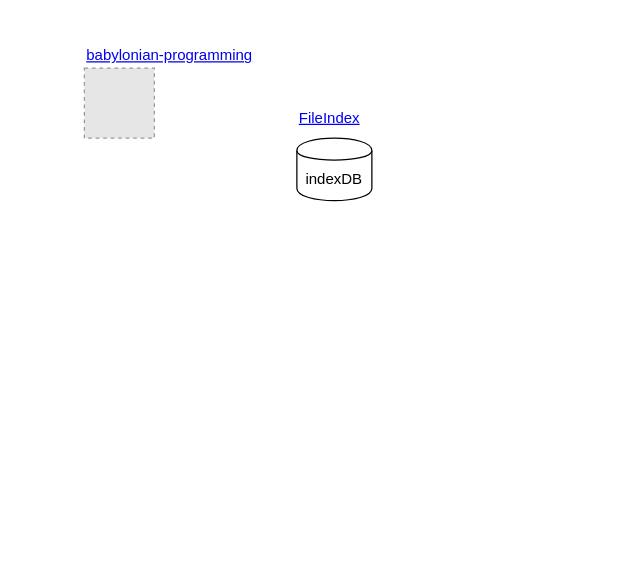
LivelyKernel/lively4-core keeps this draw.io diagram as doc/architecture/architecture.drawio. Above is the earlier version. Source tidied: cells renumbered, new cells numbered last; positions are measured from the earlier drawing's top-left corner, leaving out a move shared by most shapes. Both pictures are drawn from the tidied source at 125%, with x=0, y=0 at pixel (84, 38). Pictures stored in the file or linked from it are replaced by grey dashed boxes.
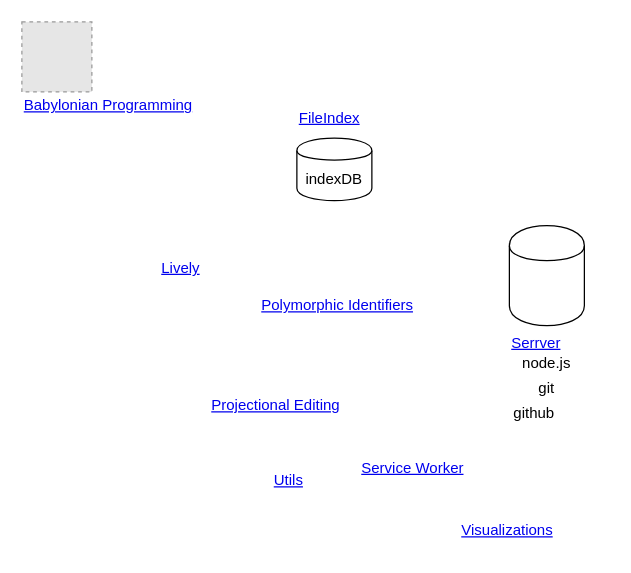
The same diagram, later.

Diff of the diagram source:
```diff
@@
 <mxGraphModel background="#ffffff">
   <root>
     <mxCell id="0" />
     <mxCell id="1" parent="0" />
-    <mxCell id="2" value="&lt;a href=&quot;babylonian-programming.md&quot;&gt;babylonian-programming&lt;/a&gt;" style="text;html=1;" parent="1" vertex="1">
-      <mxGeometry width="160" height="30" as="geometry" />
+    <mxCell id="2" value="&lt;a href=&quot;babylonian-programming.md&quot;&gt;Babylonian Programming&lt;/a&gt;" style="text;html=1;" parent="1" vertex="1">
+      <mxGeometry x="-50" y="40" width="160" height="30" as="geometry" />
     </mxCell>
     <mxCell id="3" value="&lt;a href=&quot;fileindex.md&quot;&gt;FileIndex&lt;/a&gt;" style="text;html=1;" parent="1" vertex="1">
       <mxGeometry x="170" y="50" width="90" height="30" as="geometry" />
     </mxCell>
     <mxCell id="4" value="indexDB" style="shape=cylinder;whiteSpace=wrap;html=1;boundedLbl=1;backgroundOutline=1;" parent="1" vertex="1">
       <mxGeometry x="170" y="80" width="60" height="50" as="geometry" />
     </mxCell>
     <mxCell id="5" style="fillColor=#E6E6E6;strokeColor=#999999;dashed=1;verticalLabelPosition=bottom;labelBackgroundColor=#ffffff;verticalAlign=top;" parent="1" vertex="1">
-      <mxGeometry y="24" width="56" height="56" as="geometry" />
+      <mxGeometry x="-50" y="-13" width="56" height="56" as="geometry" />
     </mxCell>
+    <mxCell id="6" value="&lt;a href=&quot;lively.md&quot;&gt;Lively&lt;/a&gt;" style="text;html=1;" parent="1" vertex="1">
+      <mxGeometry x="60" y="170" width="70" height="30" as="geometry" />
+    </mxCell>
+    <mxCell id="7" value="&lt;a href=&quot;polymorphic-identifiers.md&quot;&gt;Polymorphic Identifiers&lt;/a&gt;" style="text;html=1;" parent="1" vertex="1">
+      <mxGeometry x="140" y="200" width="170" height="30" as="geometry" />
+    </mxCell>
+    <mxCell id="8" value="&lt;a href=&quot;server.md&quot;&gt;Serrver&lt;/a&gt;" style="text;html=1;" parent="1" vertex="1">
+      <mxGeometry x="340" y="230" width="80" height="30" as="geometry" />
+    </mxCell>
+    <mxCell id="9" style="shape=cylinder;whiteSpace=wrap;html=1;boundedLbl=1;backgroundOutline=1;" parent="1" vertex="1">
+      <mxGeometry x="340" y="150" width="60" height="80" as="geometry" />
+    </mxCell>
+    <mxCell id="10" value="node.js" style="text;html=1;strokeColor=none;fillColor=none;align=center;verticalAlign=middle;whiteSpace=wrap;rounded=0;" parent="1" vertex="1">
+      <mxGeometry x="350" y="249.6" width="40" height="20" as="geometry" />
+    </mxCell>
+    <mxCell id="11" value="git" style="text;html=1;strokeColor=none;fillColor=none;align=center;verticalAlign=middle;whiteSpace=wrap;rounded=0;" parent="1" vertex="1">
+      <mxGeometry x="350" y="269.6" width="40" height="20" as="geometry" />
+    </mxCell>
+    <mxCell id="12" value="github" style="text;html=1;strokeColor=none;fillColor=none;align=center;verticalAlign=middle;whiteSpace=wrap;rounded=0;" parent="1" vertex="1">
+      <mxGeometry x="340" y="289.6" width="40" height="20" as="geometry" />
+    </mxCell>
+    <mxCell id="13" value="&lt;a href=&quot;swx.md&quot;&gt;Service Worker&lt;/a&gt;" style="text;html=1;" parent="1" vertex="1">
+      <mxGeometry x="220" y="330" width="70" height="30" as="geometry" />
+    </mxCell>
+    <mxCell id="14" value="&lt;a href=&quot;projectional-editing.md&quot;&gt;Projectional Editing&lt;/a&gt;" style="text;html=1;" parent="1" vertex="1">
+      <mxGeometry x="100" y="280" width="150" height="30" as="geometry" />
+    </mxCell>
+    <mxCell id="15" value="&lt;a href=&quot;utils.md&quot;&gt;Utils&lt;/a&gt;" style="text;html=1;" parent="1" vertex="1">
+      <mxGeometry x="150" y="340" width="70" height="30" as="geometry" />
+    </mxCell>
+    <mxCell id="16" value="&lt;a href=&quot;visualizations.md&quot;&gt;Visualizations&lt;/a&gt;" style="text;html=1;" parent="1" vertex="1">
+      <mxGeometry x="300" y="380" width="120" height="30" as="geometry" />
+    </mxCell>
   </root>
 </mxGraphModel>
```
